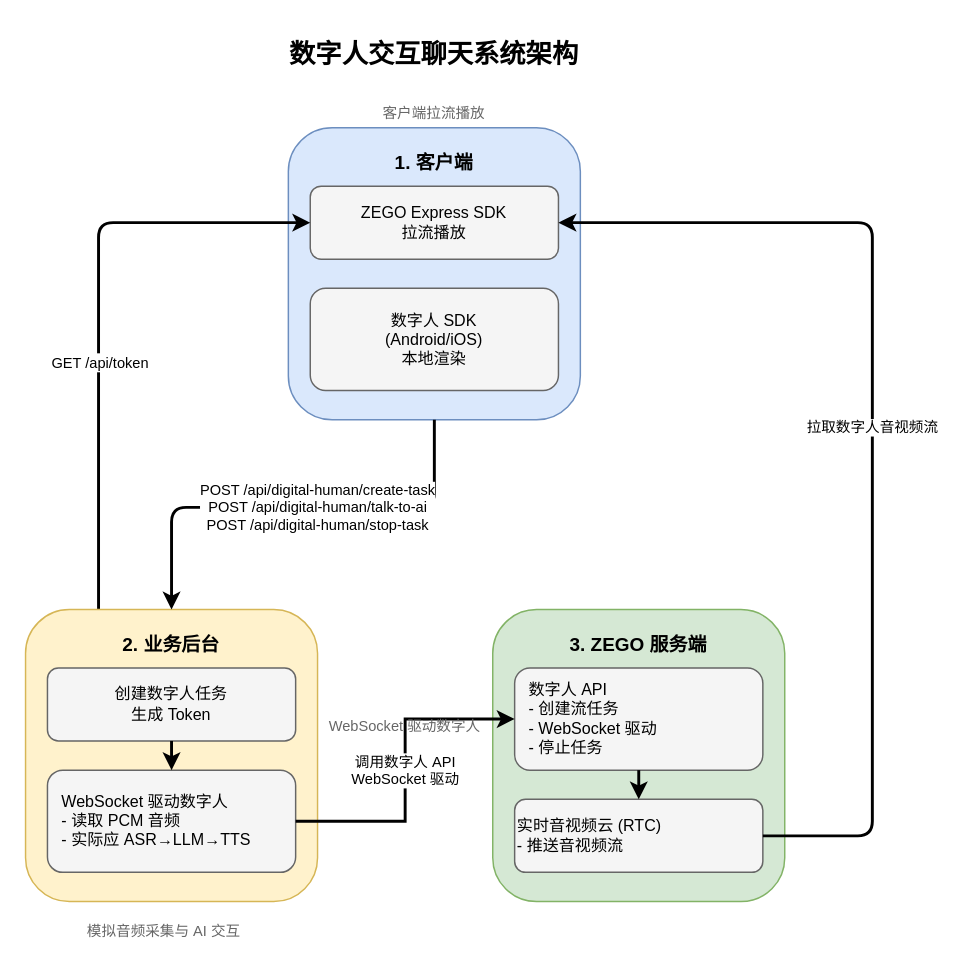
Before: digital-human-interactive-chat/architecture-diagram.drawio in ZEGOCLOUD/digital-human-quick-start-example, a draw.io diagram. Source tidied: cells renumbered, new cells numbered last; positions are measured from the earlier drawing's top-left corner, leaving out a move shared by most shapes. Both pictures are drawn from the tidied source at 146%, with x=0, y=0 at pixel (25, 25).
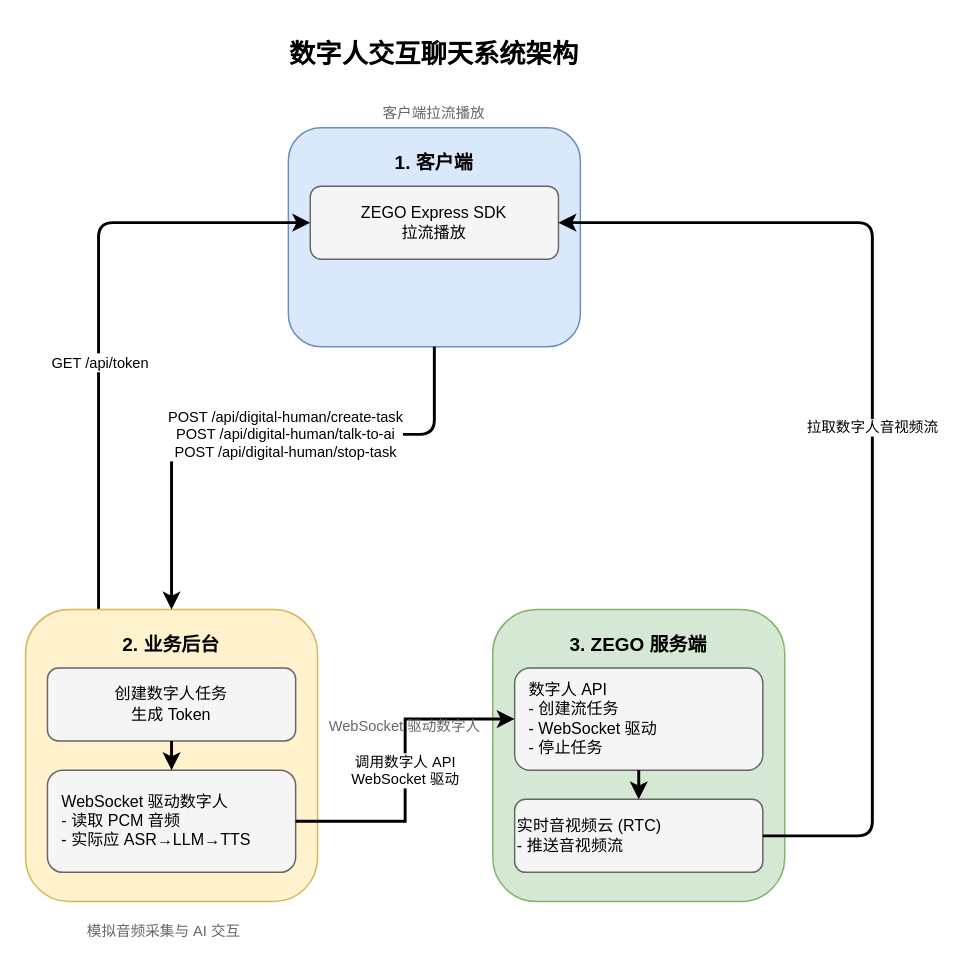
After the change.

The change refers to these unchanged cells:
```xml
<mxCell id="8" value="2. 业务后台" style="rounded=1;whiteSpace=wrap;html=1;fillColor=#fff2cc;strokeColor=#d6b656;fontSize=13;fontStyle=1;verticalAlign=top;spacingTop=10;align=center;" parent="1" vertex="1">
  <mxGeometry y="400" width="200" height="200" as="geometry" />
</mxCell>
```

Diff of the diagram source:
```diff
@@
     <mxCell id="3" value="1. 客户端" style="rounded=1;whiteSpace=wrap;html=1;fillColor=#dae8fc;strokeColor=#6c8ebf;fontSize=13;fontStyle=1;verticalAlign=top;spacingTop=10;align=center;" parent="1" vertex="1">
-      <mxGeometry x="180" y="70" width="200" height="200" as="geometry" />
+      <mxGeometry x="180" y="70" width="200" height="150" as="geometry" />
     </mxCell>
@@
-    <mxCell id="5" value="数字人 SDK&#10;(Android/iOS)&#10;本地渲染" style="rounded=1;whiteSpace=wrap;html=1;fillColor=#f5f5f5;strokeColor=#666666;fontSize=11;" parent="1" vertex="1">
-      <mxGeometry x="195" y="180" width="170" height="70" as="geometry" />
-    </mxCell>
@@
     <mxCell id="16" value="POST /api/digital-human/create-task&lt;br&gt;POST /api/digital-human/talk-to-ai&lt;br&gt;POST /api/digital-human/stop-task" style="edgeStyle=orthogonalEdgeStyle;rounded=1;jettySize=auto;html=1;strokeWidth=2;fontSize=10;entryX=0.5;entryY=0;entryDx=0;entryDy=0;startArrow=none;startFill=0;endArrow=classic;endFill=1;exitX=0.5;exitY=1;exitDx=0;exitDy=0;" parent="1" edge="1" source="3" target="8">
       <mxGeometry x="-0.1" relative="1" as="geometry">
         <Array as="points">
-          <mxPoint x="280" y="330" />
-          <mxPoint x="100" y="330" />
+          <mxPoint x="280" y="280" />
+          <mxPoint x="100" y="280" />
         </Array>
       </mxGeometry>
     </mxCell>
```
